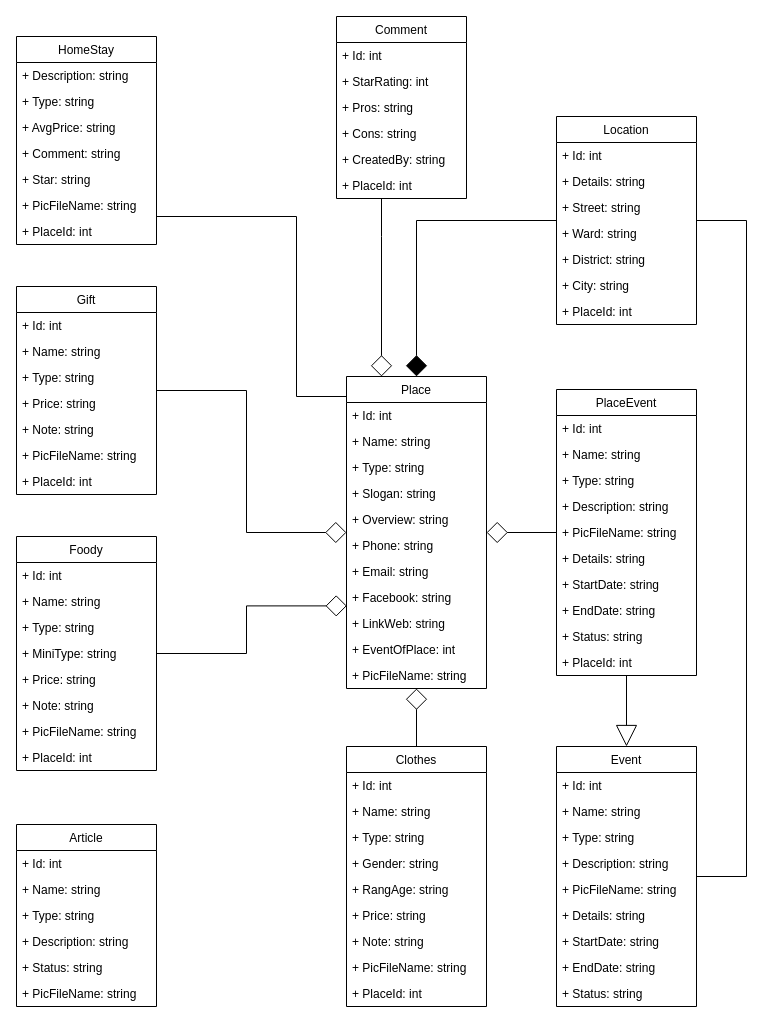
The draw.io diagram VisitVietnamClassDiagram.drawio in KhoaDQ/VisitVietnamRepo, before the edit. Source tidied: cells renumbered, new cells numbered last; positions are measured from the earlier drawing's top-left corner, leaving out a move shared by most shapes. Both pictures are drawn from the tidied source at 100%, with x=0, y=0 at pixel (16, 16).
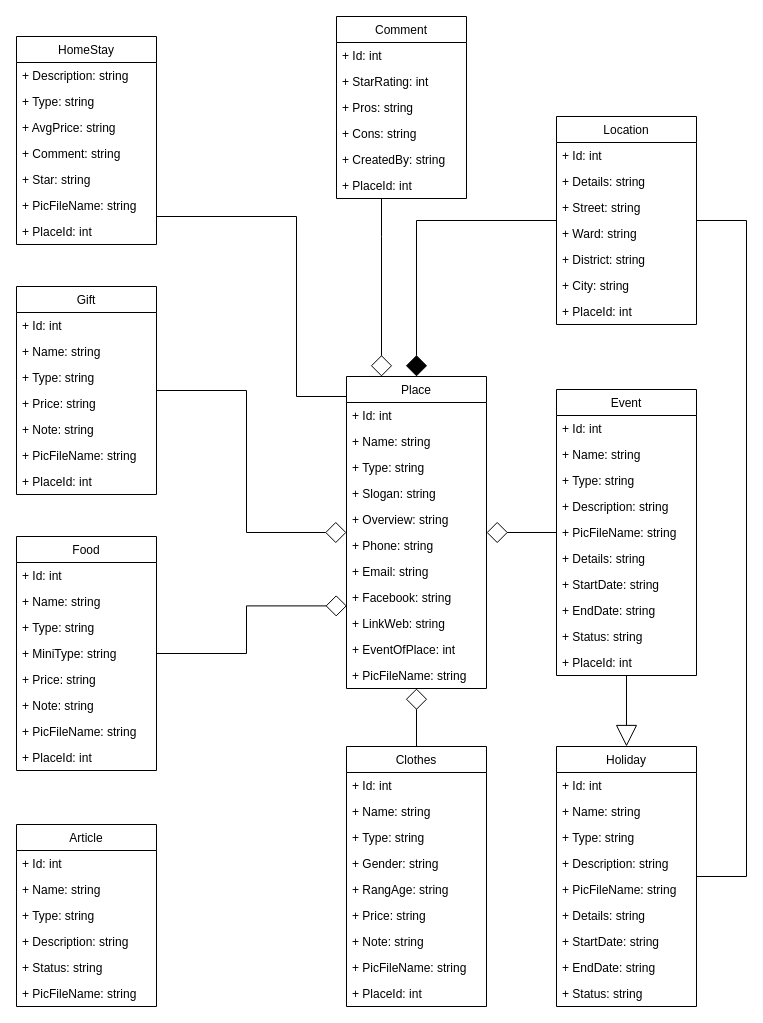
After the change.

Commit message (it also covers changes not shown here):
Re-design diagram  and Add Diagram to doc

Diff of the diagram source:
```diff
@@
-    <mxCell id="15" value="PlaceEvent" style="swimlane;fontStyle=0;horizontal=1;startSize=26;fillColor=none;" parent="1" vertex="1">
+    <mxCell id="15" value="Event" style="swimlane;fontStyle=0;horizontal=1;startSize=26;fillColor=none;" parent="1" vertex="1">
       <mxGeometry x="540" y="373" width="140" height="286" as="geometry" />
     </mxCell>
@@
-    <mxCell id="55" value="Foody" style="swimlane;fontStyle=0;horizontal=1;startSize=26;fillColor=none;" parent="1" vertex="1">
+    <mxCell id="55" value="Food" style="swimlane;fontStyle=0;horizontal=1;startSize=26;fillColor=none;" parent="1" vertex="1">
       <mxGeometry y="520" width="140" height="234" as="geometry" />
     </mxCell>
@@
-    <mxCell id="65" value="Event" style="swimlane;fontStyle=0;horizontal=1;startSize=26;fillColor=none;" parent="1" vertex="1">
+    <mxCell id="65" value="Holiday" style="swimlane;fontStyle=0;horizontal=1;startSize=26;fillColor=none;" parent="1" vertex="1">
       <mxGeometry x="540" y="730" width="140" height="260" as="geometry" />
     </mxCell>
```
